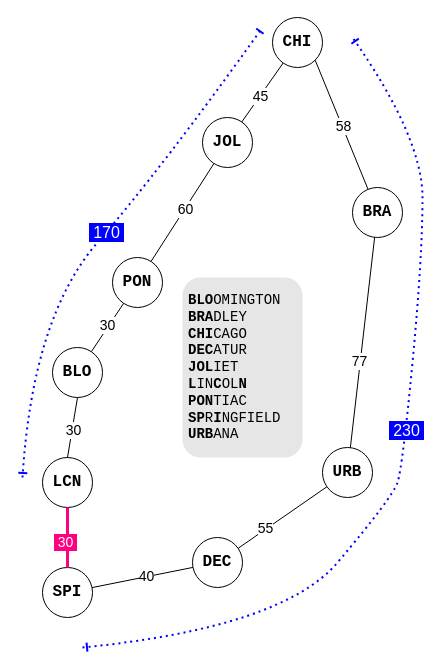
Earlier version of the draw.io diagram graphs/Untitled Diagram.drawio (lgreco/images). Source tidied: cells renumbered, new cells numbered last; positions are measured from the earlier drawing's top-left corner, leaving out a move shared by most shapes. Both pictures are drawn from the tidied source at 100%, with x=0, y=0 at pixel (22, 17).
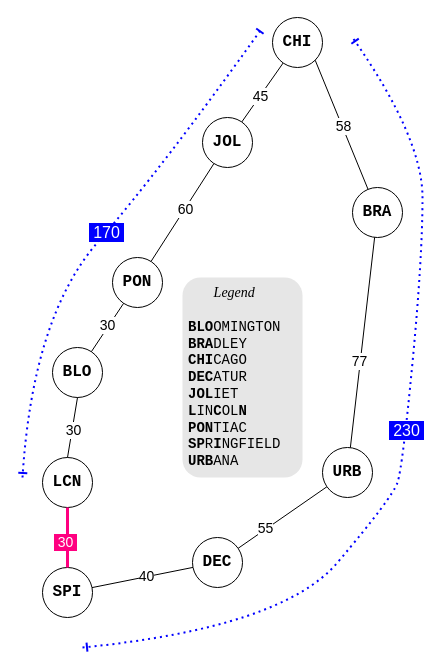
After the change.

Diff of the diagram source:
```diff
@@
-    <mxCell id="33" value="&lt;font face=&quot;Courier New&quot; style=&quot;font-size: 14px;&quot;&gt;&lt;b style=&quot;&quot;&gt;BLO&lt;/b&gt;OMINGTON&lt;/font&gt;&lt;div&gt;&lt;font face=&quot;Courier New&quot; style=&quot;font-size: 14px;&quot;&gt;&lt;b&gt;BRA&lt;/b&gt;DLEY&lt;/font&gt;&lt;div&gt;&lt;font face=&quot;Courier New&quot; style=&quot;font-size: 14px;&quot;&gt;&lt;b&gt;CHI&lt;/b&gt;CAGO&lt;/font&gt;&lt;/div&gt;&lt;div&gt;&lt;font face=&quot;Courier New&quot; style=&quot;font-size: 14px;&quot;&gt;&lt;b&gt;DEC&lt;/b&gt;ATUR&lt;/font&gt;&lt;/div&gt;&lt;div&gt;&lt;font face=&quot;Courier New&quot; style=&quot;font-size: 14px;&quot;&gt;&lt;b&gt;JOL&lt;/b&gt;IET&lt;/font&gt;&lt;/div&gt;&lt;div&gt;&lt;font face=&quot;Courier New&quot; style=&quot;font-size: 14px;&quot;&gt;&lt;b&gt;L&lt;/b&gt;IN&lt;b&gt;C&lt;/b&gt;OL&lt;b&gt;N&lt;/b&gt;&lt;/font&gt;&lt;/div&gt;&lt;div&gt;&lt;font face=&quot;Courier New&quot; style=&quot;font-size: 14px;&quot;&gt;&lt;b&gt;PON&lt;/b&gt;TIAC&lt;/font&gt;&lt;/div&gt;&lt;/div&gt;&lt;div&gt;&lt;font face=&quot;Courier New&quot; style=&quot;font-size: 14px;&quot;&gt;&lt;b&gt;SP&lt;/b&gt;R&lt;b&gt;I&lt;/b&gt;NGFIELD&lt;/font&gt;&lt;/div&gt;&lt;div&gt;&lt;font face=&quot;Courier New&quot; style=&quot;font-size: 14px;&quot;&gt;&lt;b style=&quot;&quot;&gt;URB&lt;/b&gt;ANA&lt;/font&gt;&lt;/div&gt;" style="text;html=1;whiteSpace=wrap;strokeColor=none;fillColor=#E6E6E6;align=left;verticalAlign=middle;rounded=1;spacing=6;perimeterSpacing=0;strokeWidth=4;glass=0;" parent="1" vertex="1">
-      <mxGeometry x="160" y="260" width="120" height="180" as="geometry" />
+    <mxCell id="33" value="&lt;div style=&quot;text-align: center;&quot;&gt;&lt;span style=&quot;font-size: 14px; font-family: &amp;quot;Times New Roman&amp;quot;; background-color: transparent; color: light-dark(rgb(0, 0, 0), rgb(255, 255, 255));&quot;&gt;&lt;i style=&quot;&quot;&gt;Legend&lt;/i&gt;&lt;/span&gt;&lt;/div&gt;&lt;div style=&quot;text-align: center;&quot;&gt;&lt;font face=&quot;Courier New&quot; style=&quot;font-size: 14px;&quot;&gt;&lt;b style=&quot;&quot;&gt;&lt;br&gt;&lt;/b&gt;&lt;/font&gt;&lt;/div&gt;&lt;div&gt;&lt;font face=&quot;Courier New&quot; style=&quot;font-size: 14px;&quot;&gt;&lt;b style=&quot;&quot;&gt;BLO&lt;/b&gt;OMINGTON&lt;/font&gt;&lt;div&gt;&lt;font face=&quot;Courier New&quot; style=&quot;font-size: 14px;&quot;&gt;&lt;b&gt;BRA&lt;/b&gt;DLEY&lt;/font&gt;&lt;div&gt;&lt;font face=&quot;Courier New&quot; style=&quot;font-size: 14px;&quot;&gt;&lt;b&gt;CHI&lt;/b&gt;CAGO&lt;/font&gt;&lt;/div&gt;&lt;div&gt;&lt;font face=&quot;Courier New&quot; style=&quot;font-size: 14px;&quot;&gt;&lt;b&gt;DEC&lt;/b&gt;ATUR&lt;/font&gt;&lt;/div&gt;&lt;div&gt;&lt;font face=&quot;Courier New&quot; style=&quot;font-size: 14px;&quot;&gt;&lt;b&gt;JOL&lt;/b&gt;IET&lt;/font&gt;&lt;/div&gt;&lt;div&gt;&lt;font face=&quot;Courier New&quot; style=&quot;font-size: 14px;&quot;&gt;&lt;b&gt;L&lt;/b&gt;IN&lt;b&gt;C&lt;/b&gt;OL&lt;b&gt;N&lt;/b&gt;&lt;/font&gt;&lt;/div&gt;&lt;div&gt;&lt;font face=&quot;Courier New&quot; style=&quot;font-size: 14px;&quot;&gt;&lt;b&gt;PON&lt;/b&gt;TIAC&lt;/font&gt;&lt;/div&gt;&lt;/div&gt;&lt;div&gt;&lt;font face=&quot;Courier New&quot; style=&quot;font-size: 14px;&quot;&gt;&lt;b&gt;SP&lt;/b&gt;R&lt;b&gt;I&lt;/b&gt;NGFIELD&lt;/font&gt;&lt;/div&gt;&lt;div&gt;&lt;font face=&quot;Courier New&quot; style=&quot;font-size: 14px;&quot;&gt;&lt;b style=&quot;&quot;&gt;URB&lt;/b&gt;ANA&lt;/font&gt;&lt;/div&gt;&lt;/div&gt;" style="text;html=1;whiteSpace=wrap;strokeColor=none;fillColor=#E6E6E6;align=left;verticalAlign=middle;rounded=1;spacing=6;perimeterSpacing=0;strokeWidth=4;glass=0;" parent="1" vertex="1">
+      <mxGeometry x="160" y="260" width="120" height="200" as="geometry" />
     </mxCell>
```
